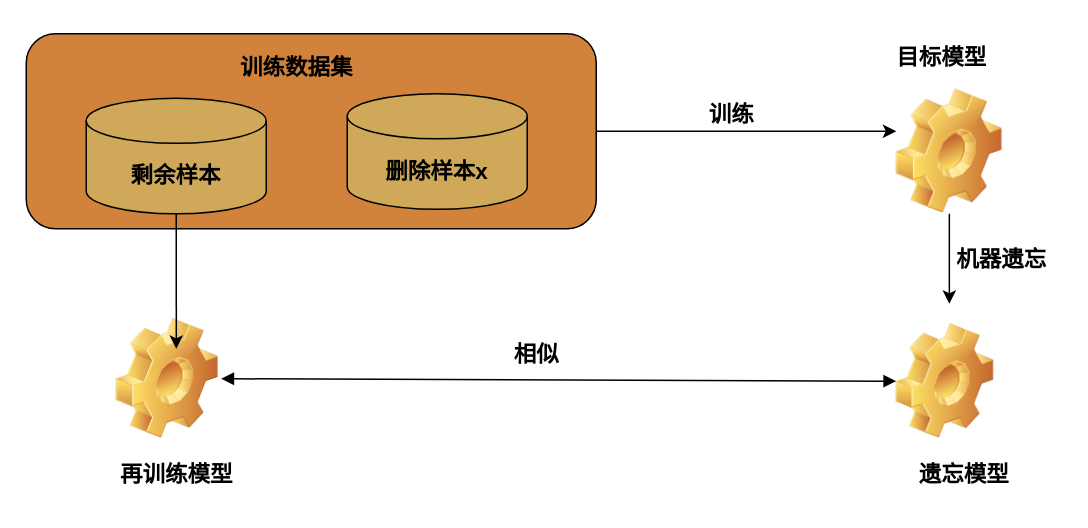
liangliuqi/whu-program keeps this draw.io diagram as page "第 2 页" (2 of 8) of 未命名绘图.drawio. Above is the earlier version. Source tidied: cells renumbered, new cells numbered last; positions are measured from the earlier drawing's top-left corner, leaving out a move shared by most shapes. Both pictures are drawn from the tidied source at 150%, with x=0, y=0 at pixel (26, 33).
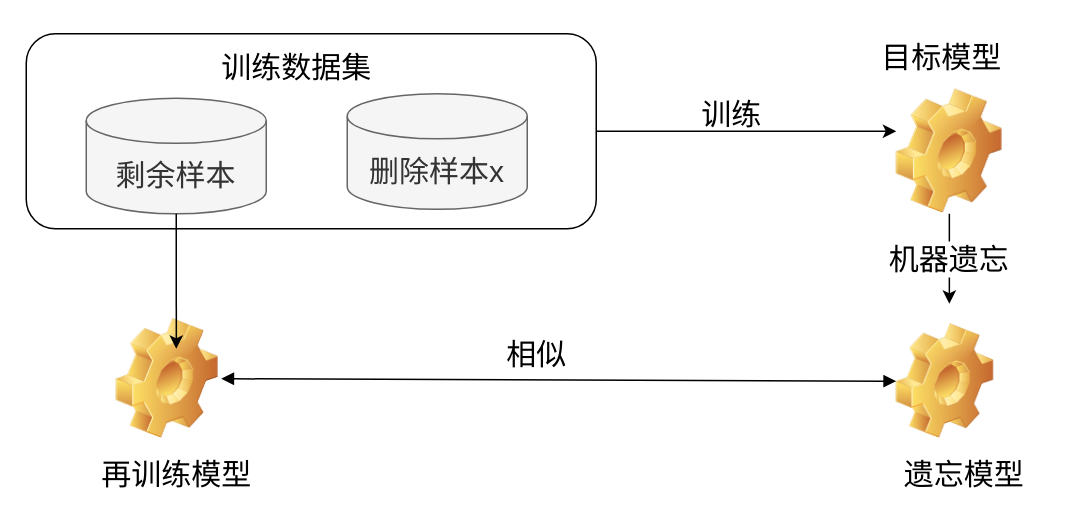
The same diagram, later.

Diff of the diagram source:
```diff
@@
-    <mxCell id="2" style="rounded=1;whiteSpace=wrap;fontSize=15;fontStyle=1;labelBackgroundColor=#D5AA34;labelBorderColor=#D78E40;textShadow=0;strokeColor=default;fillColor=#d1823b;" parent="1" vertex="1">
+    <mxCell id="2" style="rounded=1;whiteSpace=wrap;fontSize=20;fontStyle=0;labelBackgroundColor=#F5F5F5;labelBorderColor=#D78E40;textShadow=0;" parent="1" vertex="1">
       <mxGeometry width="380" height="130" as="geometry" />
     </mxCell>
-    <mxCell id="3" value="剩余样本" style="shape=cylinder3;whiteSpace=wrap;html=1;boundedLbl=1;backgroundOutline=1;size=15;fontSize=15;fontStyle=1;fillColor=#cfa959;" parent="1" vertex="1">
+    <mxCell id="3" value="剩余样本" style="shape=cylinder3;whiteSpace=wrap;html=1;boundedLbl=1;backgroundOutline=1;size=15;fontSize=20;fontStyle=0;fillColor=#f5f5f5;fontColor=#333333;strokeColor=#666666;" parent="1" vertex="1">
       <mxGeometry x="40" y="43" width="120" height="77" as="geometry" />
     </mxCell>
-    <mxCell id="4" value="删除样本x" style="shape=cylinder3;whiteSpace=wrap;html=1;boundedLbl=1;backgroundOutline=1;size=15;fontSize=15;fontStyle=1;fillColor=#cfa959;" parent="1" vertex="1">
+    <mxCell id="4" value="删除样本x" style="shape=cylinder3;whiteSpace=wrap;html=1;boundedLbl=1;backgroundOutline=1;size=15;fontSize=20;fontStyle=0;fillColor=#f5f5f5;fontColor=#333333;strokeColor=#666666;" parent="1" vertex="1">
       <mxGeometry x="214" y="40" width="120" height="77" as="geometry" />
     </mxCell>
-    <mxCell id="5" style="shape=image;html=1;verticalLabelPosition=bottom;verticalAlign=top;imageAspect=1;image=img/clipart/Gear_128x128.png;fontSize=15;fontStyle=1;" parent="1" vertex="1">
+    <mxCell id="5" style="shape=image;html=1;verticalLabelPosition=bottom;verticalAlign=top;imageAspect=1;image=img/clipart/Gear_128x128.png;fontSize=20;fontStyle=0;" parent="1" vertex="1">
       <mxGeometry x="60" y="190" width="68.2" height="80" as="geometry" />
     </mxCell>
-    <mxCell id="6" style="edgeStyle=orthogonalEdgeStyle;rounded=0;jettySize=auto;html=1;fontSize=15;fontStyle=1;" parent="1" edge="1" source="7">
+    <mxCell id="6" style="edgeStyle=orthogonalEdgeStyle;rounded=0;jettySize=auto;html=1;fontSize=20;fontStyle=0;" parent="1" edge="1" source="7">
       <mxGeometry relative="1" as="geometry">
         <mxPoint x="615.4" y="180" as="targetPoint" />
       </mxGeometry>
     </mxCell>
-    <mxCell id="7" style="shape=image;html=1;verticalLabelPosition=bottom;verticalAlign=top;imageAspect=1;image=img/clipart/Gear_128x128.png;fontSize=15;fontStyle=1;" parent="1" vertex="1">
+    <mxCell id="7" style="shape=image;html=1;verticalLabelPosition=bottom;verticalAlign=top;imageAspect=1;image=img/clipart/Gear_128x128.png;fontSize=20;fontStyle=0;" parent="1" vertex="1">
       <mxGeometry x="580" y="37" width="70.8" height="83" as="geometry" />
     </mxCell>
-    <mxCell id="8" style="shape=image;html=1;verticalLabelPosition=bottom;verticalAlign=top;imageAspect=1;image=img/clipart/Gear_128x128.png;fontSize=15;fontStyle=1;" parent="1" vertex="1">
+    <mxCell id="8" style="shape=image;html=1;verticalLabelPosition=bottom;verticalAlign=top;imageAspect=1;image=img/clipart/Gear_128x128.png;fontSize=20;fontStyle=0;" parent="1" vertex="1">
       <mxGeometry x="580" y="193.5" width="65.2" height="76.5" as="geometry" />
     </mxCell>
-    <mxCell id="9" style="edgeStyle=orthogonalEdgeStyle;rounded=0;jettySize=auto;html=1;entryX=0;entryY=0.337;entryDx=0;entryDy=0;entryPerimeter=0;fontSize=15;fontStyle=1;" parent="1" edge="1" source="2" target="7">
+    <mxCell id="9" style="edgeStyle=orthogonalEdgeStyle;rounded=0;jettySize=auto;html=1;entryX=0;entryY=0.337;entryDx=0;entryDy=0;entryPerimeter=0;fontSize=20;fontStyle=0;" parent="1" edge="1" source="2" target="7">
       <mxGeometry relative="1" as="geometry" />
     </mxCell>
-    <mxCell id="10" style="endArrow=block;startArrow=block;endFill=1;startFill=1;html=1;rounded=0;fontSize=15;fontStyle=1;" parent="1" edge="1" target="8">
+    <mxCell id="10" style="endArrow=block;startArrow=block;endFill=1;startFill=1;html=1;rounded=0;fontSize=20;fontStyle=0;" parent="1" edge="1" target="8">
       <mxGeometry relative="1" as="geometry">
         <mxPoint x="130" y="230" as="sourcePoint" />
       </mxGeometry>
     </mxCell>
-    <mxCell id="11" value="训练数据集" style="text;html=1;align=center;verticalAlign=middle;strokeColor=none;fillColor=none;fontSize=15;fontStyle=1;" parent="1" vertex="1">
-      <mxGeometry x="130" y="7" width="100" height="30" as="geometry" />
+    <mxCell id="11" value="训练数据集" style="text;html=1;align=center;verticalAlign=middle;fontSize=20;fontStyle=0;" parent="1" vertex="1">
+      <mxGeometry x="120" y="2" width="120" height="40" as="geometry" />
     </mxCell>
-    <mxCell id="12" value="训练" style="text;html=1;align=center;verticalAlign=middle;strokeColor=none;fillColor=none;fontSize=15;fontStyle=1;" parent="1" vertex="1">
-      <mxGeometry x="445" y="38" width="50" height="30" as="geometry" />
+    <mxCell id="12" value="训练" style="text;html=1;align=center;verticalAlign=middle;strokeColor=none;fillColor=none;fontSize=20;fontStyle=0;" parent="1" vertex="1">
+      <mxGeometry x="440" y="33" width="60" height="40" as="geometry" />
     </mxCell>
-    <mxCell id="13" value="机器遗忘" style="text;html=1;align=center;verticalAlign=middle;strokeColor=none;fillColor=none;fontSize=15;fontStyle=1;" parent="1" vertex="1">
-      <mxGeometry x="610" y="135" width="80" height="30" as="geometry" />
+    <mxCell id="13" value="机器遗忘" style="text;html=1;align=center;verticalAlign=middle;strokeColor=none;fillColor=none;fontSize=20;fontStyle=0;labelBackgroundColor=default;" parent="1" vertex="1">
+      <mxGeometry x="565.4" y="130" width="100" height="40" as="geometry" />
     </mxCell>
-    <mxCell id="14" value="目标模型" style="text;html=1;align=center;verticalAlign=middle;strokeColor=none;fillColor=none;fontSize=15;fontStyle=1;" parent="1" vertex="1">
-      <mxGeometry x="570.2" width="80" height="30" as="geometry" />
+    <mxCell id="14" value="目标模型" style="text;html=1;align=center;verticalAlign=middle;strokeColor=none;fillColor=none;fontSize=20;fontStyle=0;" parent="1" vertex="1">
+      <mxGeometry x="560.2" y="-5" width="100" height="40" as="geometry" />
     </mxCell>
-    <mxCell id="15" value="遗忘模型" style="text;html=1;align=center;verticalAlign=middle;strokeColor=none;fillColor=none;fontSize=15;fontStyle=1;" parent="1" vertex="1">
-      <mxGeometry x="585" y="278" width="80" height="30" as="geometry" />
+    <mxCell id="15" value="遗忘模型" style="text;html=1;align=center;verticalAlign=middle;strokeColor=none;fillColor=none;fontSize=20;fontStyle=0;" parent="1" vertex="1">
+      <mxGeometry x="575" y="273" width="100" height="40" as="geometry" />
     </mxCell>
-    <mxCell id="16" value="相似" style="text;html=1;align=center;verticalAlign=middle;strokeColor=none;fillColor=none;fontSize=15;fontStyle=1;" parent="1" vertex="1">
-      <mxGeometry x="315" y="198" width="50" height="30" as="geometry" />
+    <mxCell id="16" value="相似" style="text;html=1;align=center;verticalAlign=middle;strokeColor=none;fillColor=none;fontSize=20;fontStyle=0;" parent="1" vertex="1">
+      <mxGeometry x="310" y="193" width="60" height="40" as="geometry" />
     </mxCell>
-    <mxCell id="17" value="再训练模型" style="text;html=1;align=center;verticalAlign=middle;strokeColor=none;fillColor=none;fontSize=15;fontStyle=1;" parent="1" vertex="1">
-      <mxGeometry x="50" y="278" width="100" height="30" as="geometry" />
+    <mxCell id="17" value="再训练模型" style="text;html=1;align=center;verticalAlign=middle;strokeColor=none;fillColor=none;fontSize=20;fontStyle=0;" parent="1" vertex="1">
+      <mxGeometry x="40" y="273" width="120" height="40" as="geometry" />
     </mxCell>
-    <mxCell id="18" style="edgeStyle=orthogonalEdgeStyle;rounded=0;jettySize=auto;html=1;exitX=0.5;exitY=1;exitDx=0;exitDy=0;exitPerimeter=0;entryX=0.587;entryY=0.25;entryDx=0;entryDy=0;entryPerimeter=0;" parent="1" edge="1" source="3" target="5">
+    <mxCell id="18" style="edgeStyle=orthogonalEdgeStyle;rounded=0;jettySize=auto;html=1;exitX=0.5;exitY=1;exitDx=0;exitDy=0;exitPerimeter=0;entryX=0.587;entryY=0.25;entryDx=0;entryDy=0;entryPerimeter=0;fontSize=20;fontStyle=0;" parent="1" edge="1" source="3" target="5">
       <mxGeometry relative="1" as="geometry" />
     </mxCell>
```
